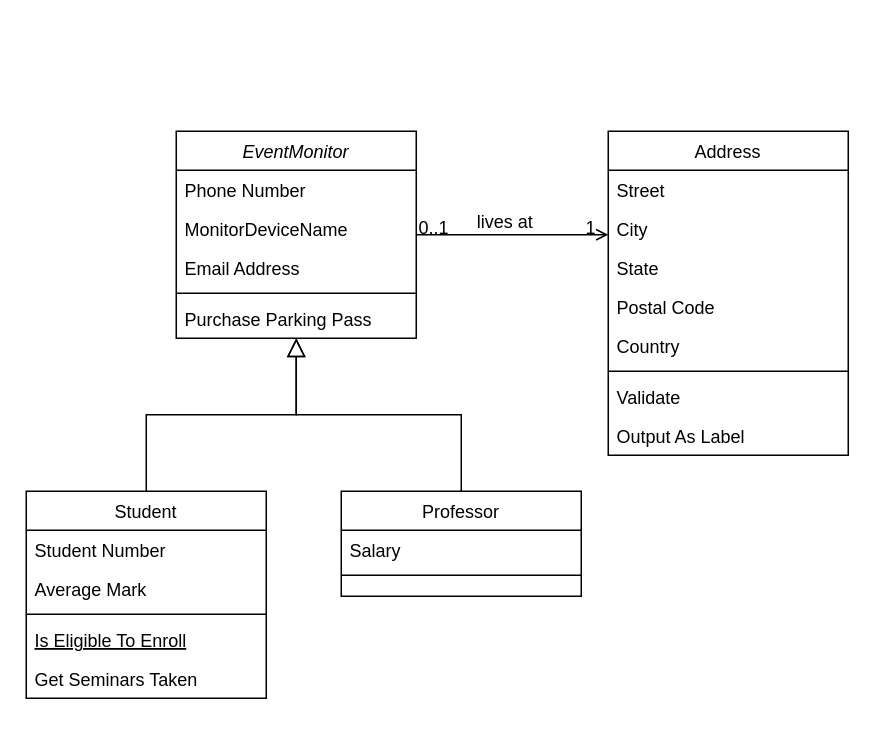
This is UML/Untitled Diagram.drawio from Steve888888/FN-Redundancy, a draw.io file, before an edit. Source tidied: cells renumbered, new cells numbered last; positions are measured from the earlier drawing's top-left corner, leaving out a move shared by most shapes. Both pictures are drawn from the tidied source at 150%, with x=0, y=0 at pixel (26, 130).
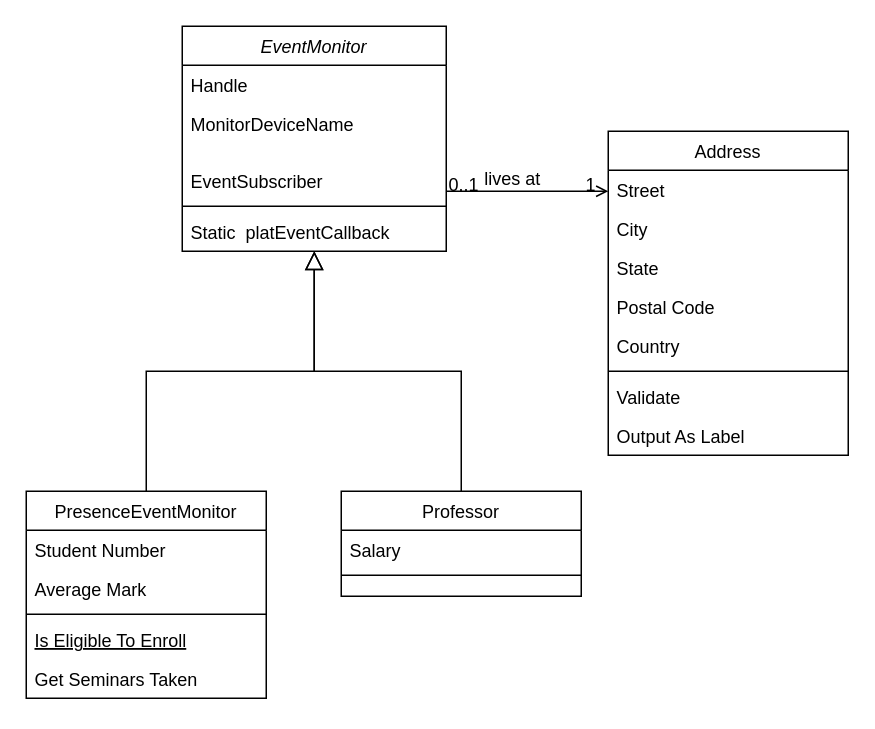
After the change.

Change to the diagram source:
```diff
@@
     <mxCell id="2" value="EventMonitor" style="swimlane;fontStyle=2;align=center;verticalAlign=top;horizontal=1;startSize=26;rounded=0;shadow=0;strokeWidth=1;" parent="1" vertex="1">
-      <mxGeometry x="100" width="160" height="138" as="geometry" />
+      <mxGeometry x="104" y="-70" width="176" height="150" as="geometry" />
     </mxCell>
-    <mxCell id="3" value="Phone Number" style="text;align=left;verticalAlign=top;spacingLeft=4;spacingRight=4;overflow=hidden;rounded=0;shadow=0;html=0;" parent="2" vertex="1">
-      <mxGeometry y="26" width="160" height="26" as="geometry" />
+    <mxCell id="3" value="Handle" style="text;align=left;verticalAlign=top;spacingLeft=4;spacingRight=4;overflow=hidden;rounded=0;shadow=0;html=0;" parent="2" vertex="1">
+      <mxGeometry y="26" width="176" height="26" as="geometry" />
     </mxCell>
     <mxCell id="4" value="MonitorDeviceName" style="text;align=left;verticalAlign=top;spacingLeft=4;spacingRight=4;overflow=hidden;" parent="2" vertex="1">
-      <mxGeometry y="52" width="160" height="26" as="geometry" />
+      <mxGeometry y="52" width="176" height="38" as="geometry" />
     </mxCell>
-    <mxCell id="5" value="Email Address" style="text;align=left;verticalAlign=top;spacingLeft=4;spacingRight=4;overflow=hidden;rounded=0;shadow=0;html=0;" parent="2" vertex="1">
-      <mxGeometry y="78" width="160" height="26" as="geometry" />
+    <mxCell id="5" value="EventSubscriber" style="text;align=left;verticalAlign=top;spacingLeft=4;spacingRight=4;overflow=hidden;rounded=0;shadow=0;html=0;" parent="2" vertex="1">
+      <mxGeometry y="90" width="176" height="26" as="geometry" />
     </mxCell>
     <mxCell id="6" style="line;html=1;strokeWidth=1;align=left;verticalAlign=middle;spacingTop=-1;spacingLeft=3;spacingRight=3;labelPosition=right;" parent="2" vertex="1">
-      <mxGeometry y="104" width="160" height="8" as="geometry" />
+      <mxGeometry y="116" width="176" height="8" as="geometry" />
     </mxCell>
-    <mxCell id="7" value="Purchase Parking Pass" style="text;align=left;verticalAlign=top;spacingLeft=4;spacingRight=4;overflow=hidden;" parent="2" vertex="1">
-      <mxGeometry y="112" width="160" height="26" as="geometry" />
+    <mxCell id="7" value="Static  platEventCallback" style="text;align=left;verticalAlign=top;spacingLeft=4;spacingRight=4;overflow=hidden;" parent="2" vertex="1">
+      <mxGeometry y="124" width="176" height="26" as="geometry" />
     </mxCell>
-    <mxCell id="8" value="Student" style="swimlane;fontStyle=0;align=center;verticalAlign=top;horizontal=1;startSize=26;rounded=0;shadow=0;strokeWidth=1;" parent="1" vertex="1">
+    <mxCell id="8" value="PresenceEventMonitor" style="swimlane;fontStyle=0;align=center;verticalAlign=top;horizontal=1;startSize=26;rounded=0;shadow=0;strokeWidth=1;" parent="1" vertex="1">
       <mxGeometry y="240" width="160" height="138" as="geometry" />
     </mxCell>
```
